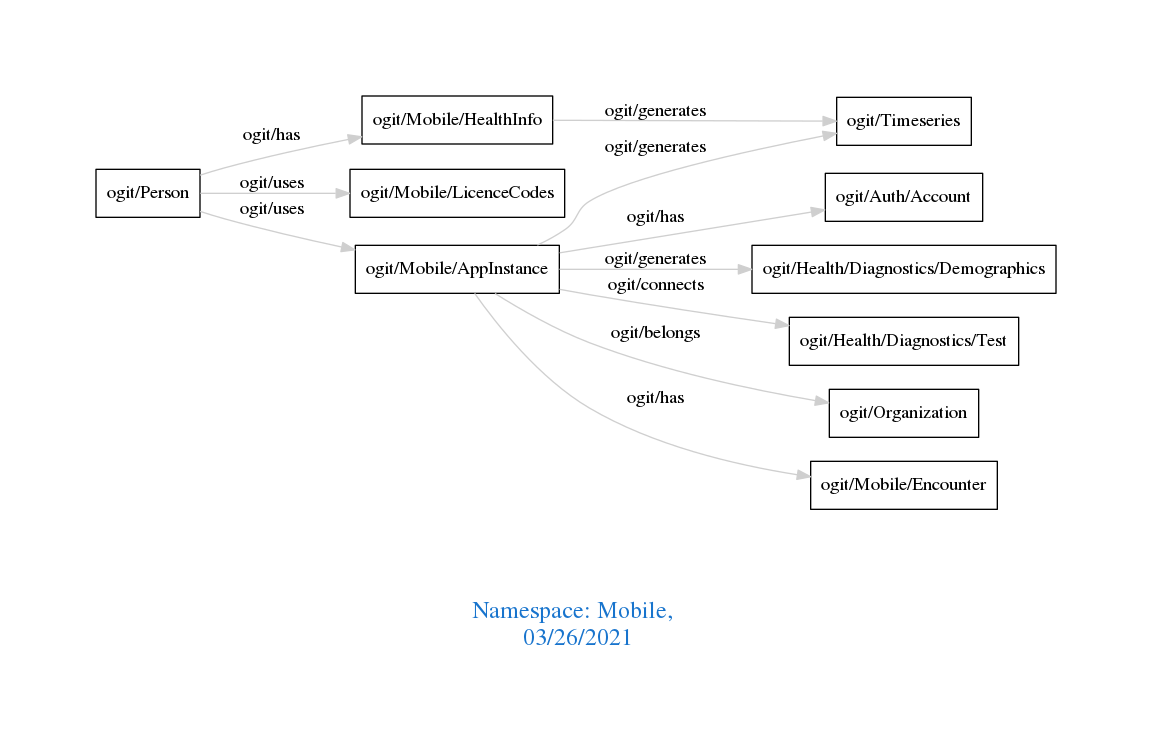
Earlier version of the Graphviz export downloads/Mobile.png (arago/OGIT). Its source is kept beside it as downloads/Mobile.dot.
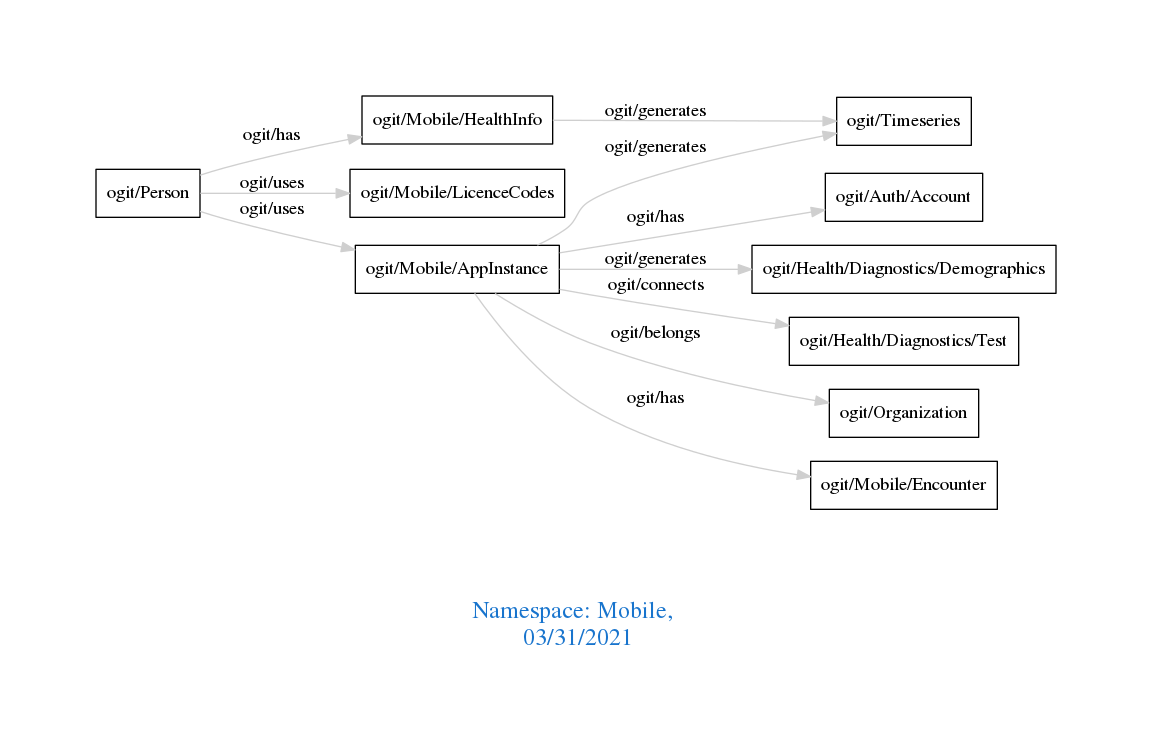
Later version of the same file.

Diff of the diagram source:
```diff
@@ -1,7 +1,7 @@
 digraph OGIT_ontology {
  graph [ rankdir= LR,pad=1
 fontsize = 18,
-fontcolor= dodgerblue3,label = "\n\n\nNamespace: Mobile, \n 03/26/2021"];
+fontcolor= dodgerblue3,label = "\n\n\nNamespace: Mobile, \n 03/31/2021"];
 node[shape=polygon];
 edge [  color="gray81"];
 
```
